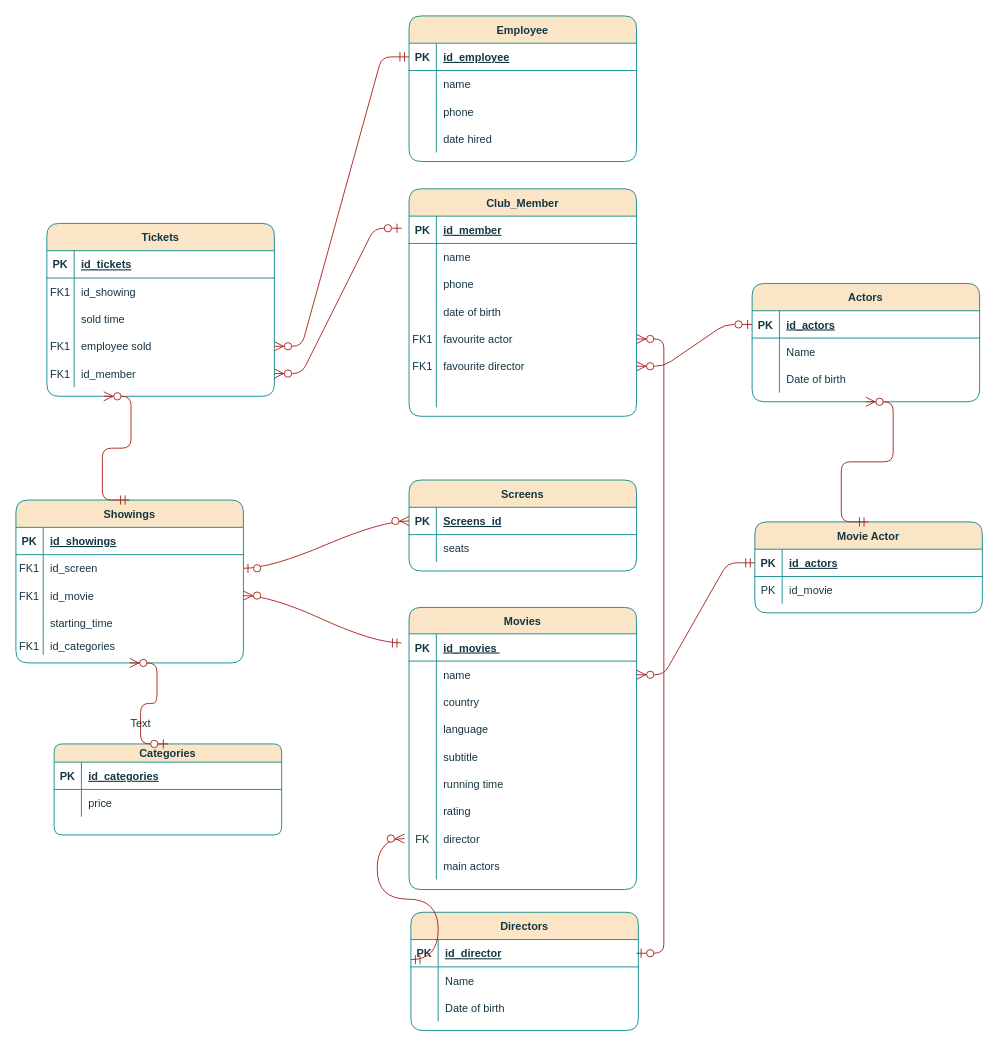
The draw.io diagram Untitled Diagram.drawio in jean-rocha1/jean-rocha1, before the edit. Source tidied: cells renumbered, new cells numbered last; positions are measured from the earlier drawing's top-left corner, leaving out a move shared by most shapes. Both pictures are drawn from the tidied source at 91%, with x=0, y=0 at pixel (-22, 15).
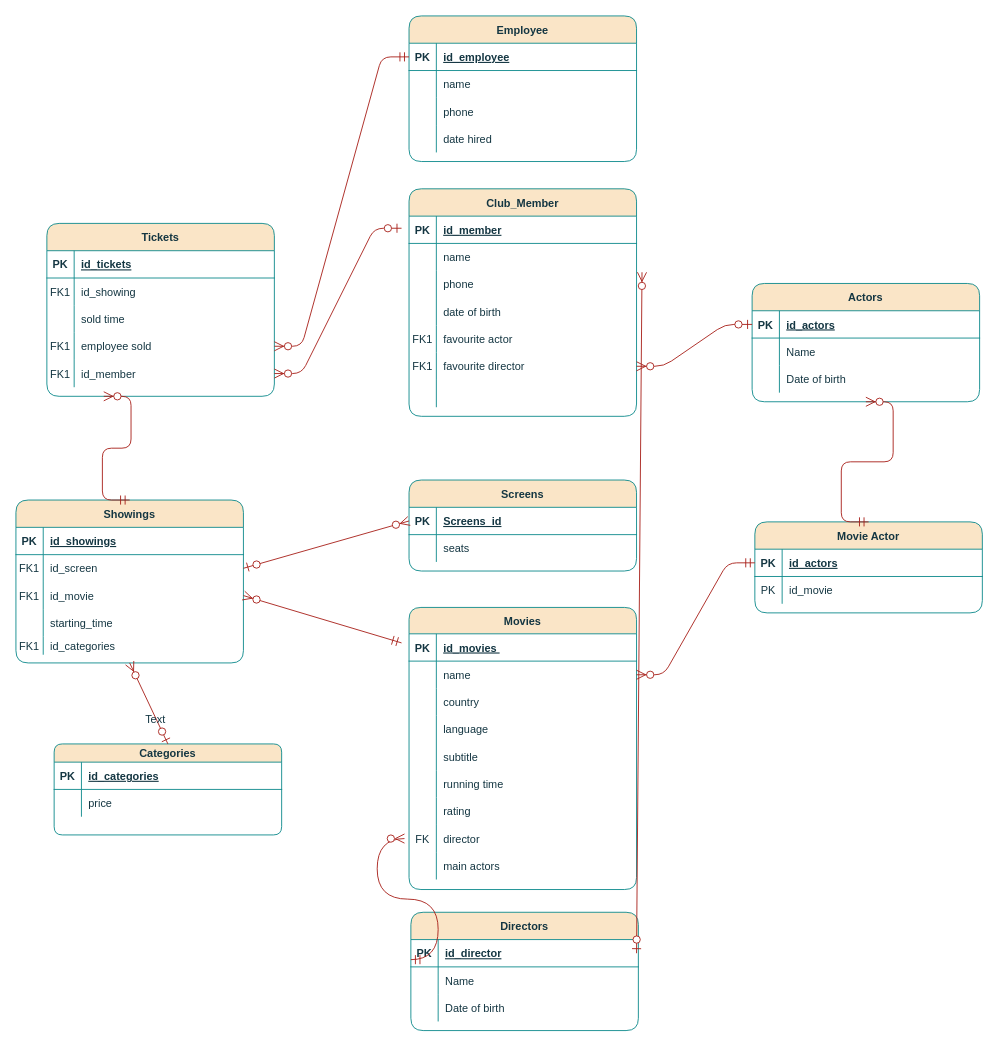
Above is the later version.

The change refers to these unchanged cells:
```xml
<mxCell id="3" style="shape=partialRectangle;fillColor=none;points=[[0,0.5],[1,0.5]];portConstraint=eastwest;top=0;left=0;right=0;bottom=1;labelBackgroundColor=none;strokeColor=#0F8B8D;fontColor=#143642;rounded=1;" parent="2" vertex="1">
  <mxGeometry y="29" width="250" height="30" as="geometry" />
</mxCell>
<mxCell id="41" style="shape=partialRectangle;fillColor=none;points=[[0,0.5],[1,0.5]];portConstraint=eastwest;top=0;left=0;right=0;bottom=1;labelBackgroundColor=none;strokeColor=#0F8B8D;fontColor=#143642;rounded=1;" parent="40" vertex="1">
  <mxGeometry y="30" width="250" height="30" as="geometry" />
</mxCell>
<mxCell id="57" value="Showings" style="shape=table;startSize=30;childLayout=tableLayout;rowLines=0;fontStyle=1;align=center;labelBackgroundColor=none;fillColor=#FAE5C7;strokeColor=#0F8B8D;fontColor=#143642;rounded=1;" parent="1" vertex="1">
  <mxGeometry x="41" y="532" width="250" height="179" as="geometry" />
</mxCell>
<mxCell id="61" style="shape=partialRectangle;fillColor=none;points=[[0,0.5],[1,0.5]];portConstraint=eastwest;top=0;left=0;right=0;bottom=0;labelBackgroundColor=none;strokeColor=#0F8B8D;fontColor=#143642;rounded=1;" parent="57" vertex="1">
  <mxGeometry y="60" width="250" height="30" as="geometry" />
</mxCell>
<mxCell id="64" style="shape=partialRectangle;fillColor=none;points=[[0,0.5],[1,0.5]];portConstraint=eastwest;top=0;left=0;right=0;bottom=0;labelBackgroundColor=none;strokeColor=#0F8B8D;fontColor=#143642;rounded=1;" parent="57" vertex="1">
  <mxGeometry y="90" width="250" height="30" as="geometry" />
</mxCell>
<mxCell id="73" value="Categories" style="shape=table;startSize=20;childLayout=tableLayout;rowLines=0;fontStyle=1;align=center;labelBackgroundColor=none;fillColor=#FAE5C7;strokeColor=#0F8B8D;fontColor=#143642;rounded=1;" parent="1" vertex="1">
  <mxGeometry x="83" y="800" width="250" height="100" as="geometry" />
</mxCell>
<mxCell id="116" style="shape=partialRectangle;fillColor=none;points=[[0,0.5],[1,0.5]];portConstraint=eastwest;top=0;left=0;right=0;bottom=0;labelBackgroundColor=none;strokeColor=#0F8B8D;fontColor=#143642;rounded=1;" parent="109" vertex="1">
  <mxGeometry y="90" width="250" height="30" as="geometry" />
</mxCell>
<mxCell id="122" style="shape=partialRectangle;fillColor=none;points=[[0,0.5],[1,0.5]];portConstraint=eastwest;top=0;left=0;right=0;bottom=0;labelBackgroundColor=none;strokeColor=#0F8B8D;fontColor=#143642;rounded=1;" parent="109" vertex="1">
  <mxGeometry y="150" width="250" height="30" as="geometry" />
</mxCell>
```

Change to the diagram source:
```diff
@@
-    <mxCell id="132" style="edgeStyle=entityRelationEdgeStyle;fontSize=12;html=1;endArrow=ERzeroToMany;startArrow=ERzeroToOne;rounded=1;startSize=8;endSize=8;curved=0;labelBackgroundColor=none;fontColor=default;strokeColor=#A8201A;entryX=0.5;entryY=1;entryDx=0;entryDy=0;exitX=0.5;exitY=0;exitDx=0;exitDy=0;" parent="1" edge="1" source="73" target="57">
-      <mxGeometry relative="1" as="geometry">
-        <Array as="points">
-          <mxPoint x="153" y="730" />
-          <mxPoint x="163" y="760" />
-          <mxPoint x="373" y="738" />
-          <mxPoint x="303" y="780" />
-          <mxPoint x="353" y="790" />
-        </Array>
-      </mxGeometry>
+    <mxCell id="132" style="fontSize=12;html=1;endArrow=ERzeroToMany;startArrow=ERzeroToOne;rounded=1;startSize=8;endSize=8;labelBackgroundColor=none;fontColor=default;strokeColor=#A8201A;entryX=0.5;entryY=1;entryDx=0;entryDy=0;exitX=0.5;exitY=0;exitDx=0;exitDy=0;" parent="1" edge="1" source="73" target="57">
+      <mxGeometry relative="1" as="geometry" />
     </mxCell>
@@
-    <mxCell id="134" style="edgeStyle=entityRelationEdgeStyle;fontSize=12;html=1;endArrow=ERzeroToMany;startArrow=ERzeroToOne;rounded=1;startSize=8;endSize=8;curved=1;exitX=1;exitY=0.5;exitDx=0;exitDy=0;entryX=0;entryY=0.5;entryDx=0;entryDy=0;labelBackgroundColor=none;fontColor=default;strokeColor=#A8201A;" parent="1" edge="1" source="61" target="41">
+    <mxCell id="134" style="fontSize=12;html=1;endArrow=ERzeroToMany;startArrow=ERzeroToOne;rounded=1;startSize=8;endSize=8;exitX=1;exitY=0.5;exitDx=0;exitDy=0;entryX=0;entryY=0.5;entryDx=0;entryDy=0;labelBackgroundColor=none;fontColor=default;strokeColor=#A8201A;" parent="1" edge="1" source="61" target="41">
       <mxGeometry relative="1" as="geometry" />
     </mxCell>
-    <mxCell id="135" style="edgeStyle=entityRelationEdgeStyle;fontSize=12;html=1;endArrow=ERzeroToMany;startArrow=ERmandOne;rounded=1;startSize=8;endSize=8;curved=1;entryX=1;entryY=0.5;entryDx=0;entryDy=0;exitX=-0.033;exitY=0.333;exitDx=0;exitDy=0;exitPerimeter=0;labelBackgroundColor=none;fontColor=default;strokeColor=#A8201A;" parent="1" edge="1" source="3" target="64">
+    <mxCell id="135" style="fontSize=12;html=1;endArrow=ERzeroToMany;startArrow=ERmandOne;rounded=1;startSize=8;endSize=8;entryX=1;entryY=0.5;entryDx=0;entryDy=0;exitX=-0.033;exitY=0.333;exitDx=0;exitDy=0;exitPerimeter=0;labelBackgroundColor=none;fontColor=default;strokeColor=#A8201A;" parent="1" edge="1" source="3" target="64">
       <mxGeometry relative="1" as="geometry" />
     </mxCell>
@@
-    <mxCell id="138" style="edgeStyle=entityRelationEdgeStyle;fontSize=12;html=1;endArrow=ERzeroToMany;startArrow=ERzeroToOne;rounded=1;startSize=8;endSize=8;curved=0;entryX=1;entryY=0.5;entryDx=0;entryDy=0;labelBackgroundColor=none;fontColor=default;strokeColor=#A8201A;" parent="1" edge="1" target="122">
+    <mxCell id="138" style="fontSize=12;html=1;endArrow=ERzeroToMany;startArrow=ERzeroToOne;rounded=1;startSize=8;endSize=8;labelBackgroundColor=none;fontColor=default;strokeColor=#A8201A;entryX=1.024;entryY=0.056;entryDx=0;entryDy=0;entryPerimeter=0;" parent="1" edge="1" target="116">
       <mxGeometry relative="1" as="geometry">
         <mxPoint x="723" y="1030" as="sourcePoint" />
-        <Array as="points">
-          <mxPoint x="829" y="774" />
-        </Array>
       </mxGeometry>
     </mxCell>
```
